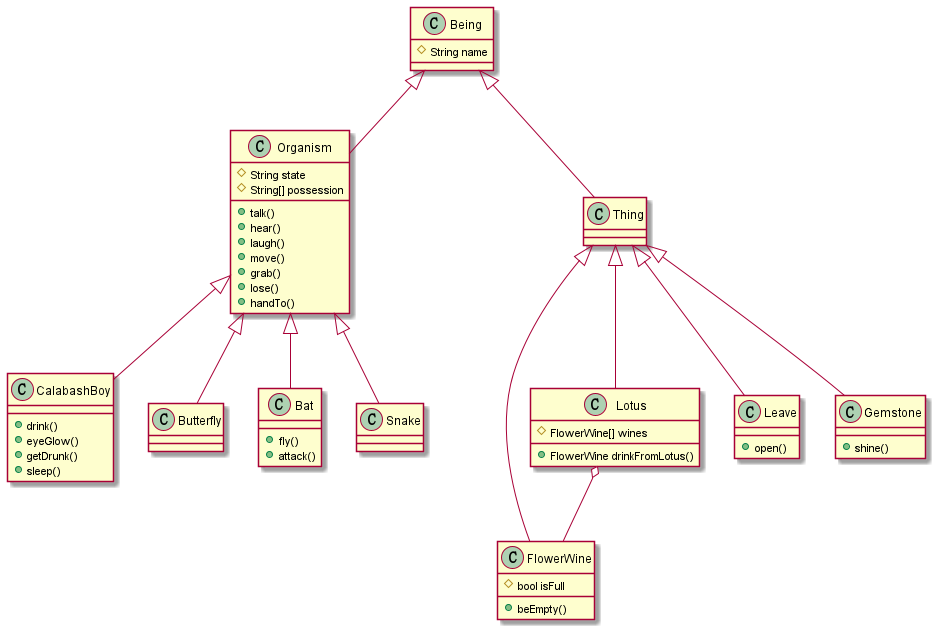
Above: W01/181860011/uml/characters.png in zzandy2020/jwork-2021 (PlantUML), before the change.
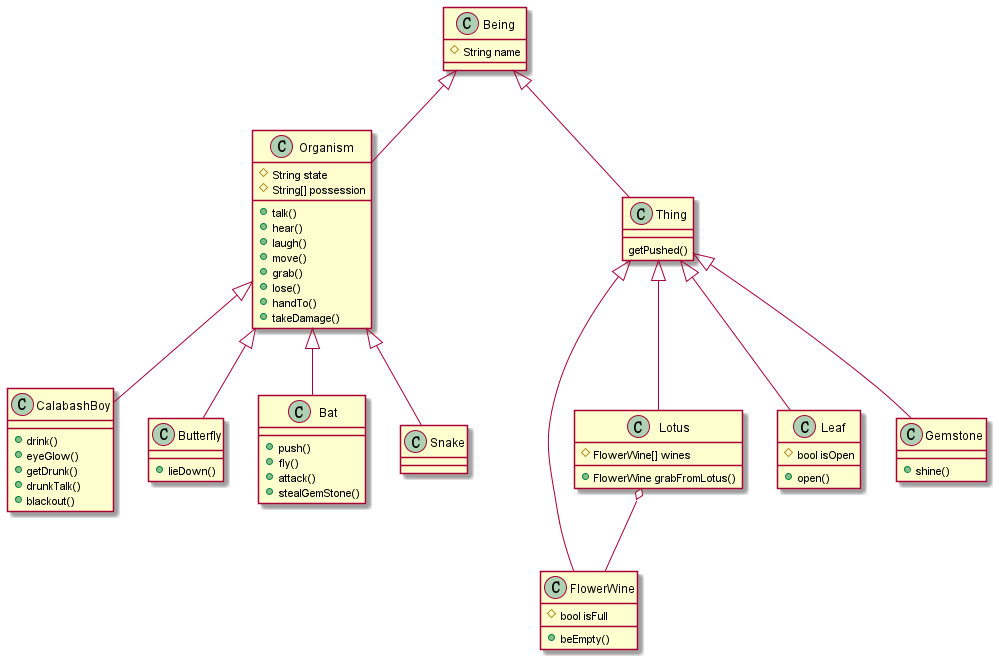
Later version of the same file.

What changed in the source:
```diff
@@ -15,27 +15,35 @@
     +grab()
     +lose()
     +handTo()
+    +takeDamage()
 }
 
 class CalabashBoy{
     +drink()
     +eyeGlow()
     +getDrunk()
-    +sleep()
+    +drunkTalk()
+    +blackout()
 }
 
-class Butterfly
+class Butterfly{
+    +lieDown()
+}
 
 class Bat{
+    +push()
     +fly()
     +attack()
+    +stealGemStone()
 }
 
 class Snake{
 
 }
 
-class Thing
+class Thing{
+    getPushed()
+}
 
 class FlowerWine{
     #bool isFull
@@ -44,10 +52,11 @@
 
 class Lotus{
     #FlowerWine[] wines
-    +FlowerWine drinkFromLotus()
+    +FlowerWine grabFromLotus()
 }
 
-class Leave{
+class Leaf{
+    #bool isOpen
     +open()
 }
 
@@ -62,7 +71,7 @@
 Organism <|-- Bat
 Organism <|-- Snake
 Thing <|-- Gemstone
-Thing <|-- Leave
+Thing <|-- Leaf
 Thing <|-- FlowerWine
 Thing <|-- Lotus
 Lotus o-- FlowerWine
```
